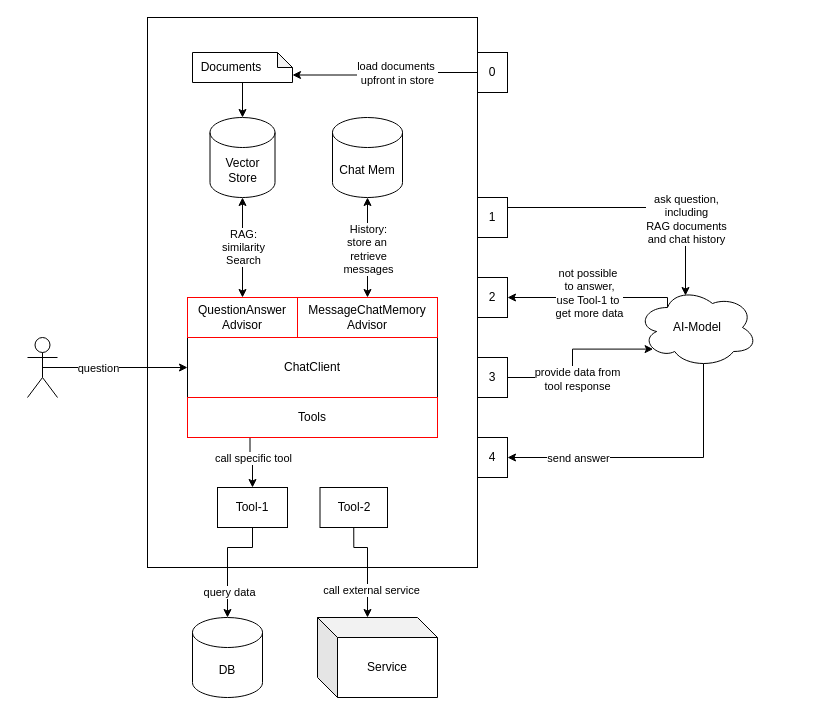
The draw.io diagram docs/Arc.drawio in coc-university/spring-ai-example, before the edit. Source tidied: cells renumbered, new cells numbered last; positions are measured from the earlier drawing's top-left corner, leaving out a move shared by most shapes. Both pictures are drawn from the tidied source at 100%, with x=0, y=0 at pixel (27, 17).
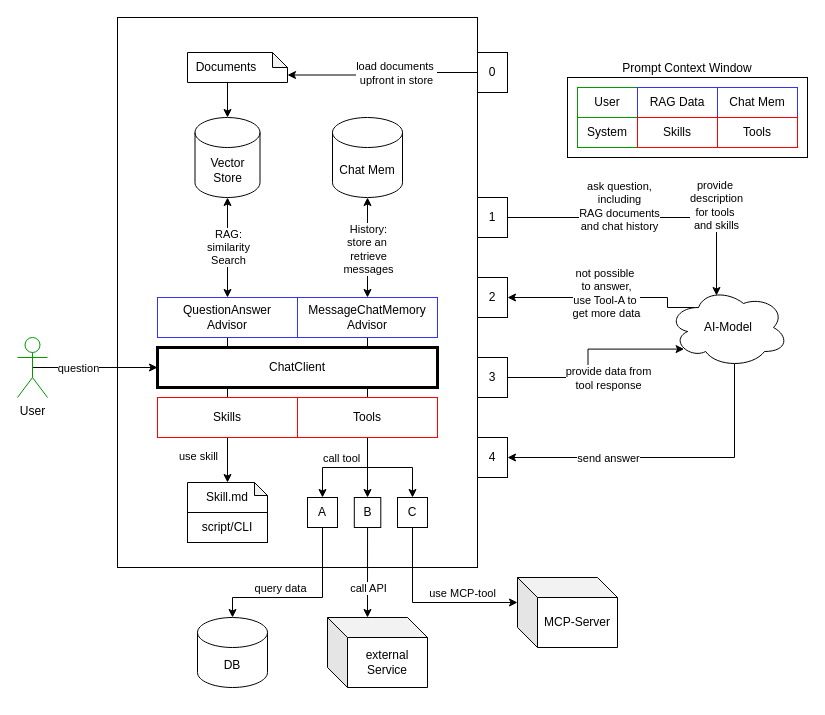
Above is the later version.

Unchanged cells that the change refers to:
```xml
<mxCell id="5" style="edgeStyle=orthogonalEdgeStyle;rounded=0;jettySize=auto;html=1;exitX=0.5;exitY=0.5;exitDx=0;exitDy=0;exitPerimeter=0;" parent="1" edge="1" source="7" target="3">
  <mxGeometry relative="1" as="geometry" />
</mxCell>
<mxCell id="8" style="edgeStyle=orthogonalEdgeStyle;rounded=0;jettySize=auto;html=1;exitX=0.25;exitY=0.25;exitDx=0;exitDy=0;exitPerimeter=0;entryX=1;entryY=0.5;entryDx=0;entryDy=0;" parent="1" edge="1" source="12" target="33">
  <mxGeometry relative="1" as="geometry">
    <Array as="points">
      <mxPoint x="640" y="280" />
    </Array>
  </mxGeometry>
</mxCell>
<mxCell id="30" style="edgeStyle=orthogonalEdgeStyle;rounded=0;jettySize=auto;html=1;exitX=1;exitY=0.5;exitDx=0;exitDy=0;entryX=0.13;entryY=0.77;entryDx=0;entryDy=0;entryPerimeter=0;" parent="1" edge="1" source="34" target="12">
  <mxGeometry relative="1" as="geometry" />
</mxCell>
<mxCell id="32" value="1" style="rounded=0;whiteSpace=wrap;html=1;" parent="1" vertex="1">
  <mxGeometry x="450" y="180" width="30" height="40" as="geometry" />
</mxCell>
<mxCell id="35" value="4" style="rounded=0;whiteSpace=wrap;html=1;" parent="1" vertex="1">
  <mxGeometry x="450" y="420" width="30" height="40" as="geometry" />
</mxCell>
```

The edit, as a diff of the source:
```diff
@@
     <mxCell id="2" style="rounded=0;whiteSpace=wrap;html=1;verticalAlign=bottom;labelPosition=center;verticalLabelPosition=top;align=center;" parent="1" vertex="1">
-      <mxGeometry x="120" width="330" height="550" as="geometry" />
+      <mxGeometry x="90" width="360" height="550" as="geometry" />
     </mxCell>
+    <mxCell id="44" style="edgeStyle=orthogonalEdgeStyle;rounded=0;jettySize=auto;html=1;exitX=0.25;exitY=0;exitDx=0;exitDy=0;entryX=0.5;entryY=1;entryDx=0;entryDy=0;endArrow=none;endFill=0;" parent="1" edge="1" source="3" target="16">
+      <mxGeometry relative="1" as="geometry" />
+    </mxCell>
+    <mxCell id="45" style="edgeStyle=orthogonalEdgeStyle;rounded=0;jettySize=auto;html=1;exitX=0.75;exitY=0;exitDx=0;exitDy=0;entryX=0.5;entryY=1;entryDx=0;entryDy=0;endArrow=none;endFill=0;" parent="1" edge="1" source="3" target="4">
+      <mxGeometry relative="1" as="geometry" />
+    </mxCell>
+    <mxCell id="46" style="edgeStyle=orthogonalEdgeStyle;rounded=0;jettySize=auto;html=1;exitX=0.25;exitY=1;exitDx=0;exitDy=0;entryX=0.5;entryY=0;entryDx=0;entryDy=0;endArrow=none;endFill=0;" parent="1" edge="1" source="3" target="51">
+      <mxGeometry relative="1" as="geometry" />
+    </mxCell>
+    <mxCell id="47" style="edgeStyle=orthogonalEdgeStyle;rounded=0;jettySize=auto;html=1;exitX=0.75;exitY=1;exitDx=0;exitDy=0;entryX=0.5;entryY=0;entryDx=0;entryDy=0;endArrow=none;endFill=0;" parent="1" edge="1" source="3" target="21">
+      <mxGeometry relative="1" as="geometry" />
+    </mxCell>
-    <mxCell id="3" value="ChatClient" style="rounded=0;whiteSpace=wrap;html=1;" parent="1" vertex="1">
-      <mxGeometry x="160" y="320" width="250" height="60" as="geometry" />
+    <mxCell id="3" value="ChatClient" style="rounded=0;whiteSpace=wrap;html=1;strokeWidth=3;" parent="1" vertex="1">
+      <mxGeometry x="130" y="330" width="280" height="40" as="geometry" />
     </mxCell>
-    <mxCell id="4" value="MessageChatMemory&lt;div&gt;Advisor&lt;/div&gt;" style="rounded=0;whiteSpace=wrap;html=1;strokeColor=#FF0000;" parent="1" vertex="1">
+    <mxCell id="4" value="MessageChatMemory&lt;div&gt;Advisor&lt;/div&gt;" style="rounded=0;whiteSpace=wrap;html=1;strokeColor=#3333FF;" parent="1" vertex="1">
       <mxGeometry x="270" y="280" width="140" height="40" as="geometry" />
     </mxCell>
@@
     <mxCell id="6" value="question" style="edgeLabel;html=1;align=center;verticalAlign=middle;" parent="5" vertex="1">
       <mxGeometry x="-0.12" y="-1" relative="1" as="geometry">
-        <mxPoint x="-9" y="-1" as="offset" />
+        <mxPoint x="-10" y="-1" as="offset" />
       </mxGeometry>
     </mxCell>
-    <mxCell id="7" style="shape=umlActor;verticalLabelPosition=bottom;verticalAlign=top;html=1;outlineConnect=0;" parent="1" vertex="1">
-      <mxGeometry y="320" width="30" height="60" as="geometry" />
+    <mxCell id="7" value="User" style="shape=umlActor;verticalLabelPosition=bottom;verticalAlign=top;html=1;outlineConnect=0;strokeColor=#009900;" parent="1" vertex="1">
+      <mxGeometry x="-10" y="320" width="30" height="60" as="geometry" />
     </mxCell>
@@
-    <mxCell id="9" value="&lt;div&gt;not possible&amp;nbsp;&lt;/div&gt;&lt;div&gt;to answer,&lt;/div&gt;use Tool-1 to&amp;nbsp;&lt;div&gt;get more data&lt;/div&gt;" style="edgeLabel;html=1;align=center;verticalAlign=middle;" parent="8" vertex="1">
+    <mxCell id="9" value="&lt;div&gt;not possible&amp;nbsp;&lt;/div&gt;&lt;div&gt;to answer,&lt;/div&gt;use Tool-A to&amp;nbsp;&lt;div&gt;get more data&lt;/div&gt;" style="edgeLabel;html=1;align=center;verticalAlign=middle;" parent="8" vertex="1">
       <mxGeometry x="-0.07" y="-3" relative="1" as="geometry">
         <mxPoint x="-10" y="-2" as="offset" />
       </mxGeometry>
     </mxCell>
     <mxCell id="10" style="edgeStyle=orthogonalEdgeStyle;rounded=0;jettySize=auto;html=1;exitX=0.55;exitY=0.95;exitDx=0;exitDy=0;exitPerimeter=0;entryX=1;entryY=0.5;entryDx=0;entryDy=0;" parent="1" edge="1" source="12" target="35">
       <mxGeometry relative="1" as="geometry">
         <Array as="points">
-          <mxPoint x="676" y="440" />
+          <mxPoint x="707" y="440" />
         </Array>
       </mxGeometry>
     </mxCell>
     <mxCell id="11" value="send answer" style="edgeLabel;html=1;align=center;verticalAlign=middle;" parent="10" vertex="1">
       <mxGeometry x="0.03" y="2" relative="1" as="geometry">
-        <mxPoint x="-71" y="-2" as="offset" />
+        <mxPoint x="-56" y="-2" as="offset" />
       </mxGeometry>
     </mxCell>
     <mxCell id="12" value="AI-Model" style="ellipse;shape=cloud;whiteSpace=wrap;html=1;" parent="1" vertex="1">
-      <mxGeometry x="610" y="270" width="120" height="80" as="geometry" />
+      <mxGeometry x="641" y="270" width="120" height="80" as="geometry" />
     </mxCell>
     <mxCell id="13" style="edgeStyle=orthogonalEdgeStyle;rounded=0;jettySize=auto;html=1;exitX=1;exitY=0.5;exitDx=0;exitDy=0;entryX=0.4;entryY=0.1;entryDx=0;entryDy=0;entryPerimeter=0;" parent="1" edge="1" source="32" target="12">
       <mxGeometry relative="1" as="geometry">
         <Array as="points">
-          <mxPoint x="658" y="190" />
+          <mxPoint x="689" y="200" />
         </Array>
       </mxGeometry>
     </mxCell>
     <mxCell id="14" value="ask&amp;nbsp;&lt;span style=&quot;background-color: light-dark(#ffffff, var(--ge-dark-color, #121212)); color: light-dark(rgb(0, 0, 0), rgb(255, 255, 255));&quot;&gt;question,&lt;/span&gt;&lt;div&gt;&lt;span style=&quot;background-color: light-dark(#ffffff, var(--ge-dark-color, #121212)); color: light-dark(rgb(0, 0, 0), rgb(255, 255, 255));&quot;&gt;including&lt;/span&gt;&lt;/div&gt;&lt;div&gt;&lt;span style=&quot;background-color: light-dark(#ffffff, var(--ge-dark-color, #121212)); color: light-dark(rgb(0, 0, 0), rgb(255, 255, 255));&quot;&gt;RAG documents&lt;/span&gt;&lt;/div&gt;&lt;div&gt;&lt;span style=&quot;background-color: light-dark(#ffffff, var(--ge-dark-color, #121212)); color: light-dark(rgb(0, 0, 0), rgb(255, 255, 255));&quot;&gt;and chat history&lt;/span&gt;&lt;/div&gt;" style="edgeLabel;html=1;align=center;verticalAlign=middle;" parent="13" vertex="1">
       <mxGeometry x="0.54" y="-3" relative="1" as="geometry">
-        <mxPoint x="3" y="-14" as="offset" />
+        <mxPoint x="-95" y="-24" as="offset" />
       </mxGeometry>
     </mxCell>
+    <mxCell id="48" value="provide&amp;nbsp;&lt;div&gt;description&lt;div&gt;for tools&amp;nbsp;&lt;/div&gt;&lt;div&gt;and skills&lt;/div&gt;&lt;/div&gt;" style="edgeLabel;html=1;align=center;verticalAlign=middle;" parent="13" vertex="1">
+      <mxGeometry x="0.5" y="-1" relative="1" as="geometry">
+        <mxPoint y="-19" as="offset" />
+      </mxGeometry>
+    </mxCell>
     <mxCell id="15" value="Vector&lt;div&gt;Store&lt;/div&gt;" style="shape=cylinder3;whiteSpace=wrap;html=1;boundedLbl=1;backgroundOutline=1;size=15;" parent="1" vertex="1">
-      <mxGeometry x="182.5" y="100" width="65" height="80" as="geometry" />
+      <mxGeometry x="167.5" y="100" width="65" height="80" as="geometry" />
     </mxCell>
-    <mxCell id="16" value="QuestionAnswer&lt;div&gt;Advisor&lt;/div&gt;" style="rounded=0;whiteSpace=wrap;html=1;strokeColor=#FF0000;" parent="1" vertex="1">
-      <mxGeometry x="160" y="280" width="110" height="40" as="geometry" />
+    <mxCell id="16" value="QuestionAnswer&lt;div&gt;Advisor&lt;/div&gt;" style="rounded=0;whiteSpace=wrap;html=1;strokeColor=#3333FF;" parent="1" vertex="1">
+      <mxGeometry x="130" y="280" width="140" height="40" as="geometry" />
     </mxCell>
@@
-    <mxCell id="19" style="edgeStyle=orthogonalEdgeStyle;rounded=0;jettySize=auto;html=1;exitX=0.25;exitY=1;exitDx=0;exitDy=0;entryX=0.5;entryY=0;entryDx=0;entryDy=0;" parent="1" edge="1" source="21" target="27">
+    <mxCell id="19" style="edgeStyle=orthogonalEdgeStyle;rounded=0;jettySize=auto;html=1;exitX=0.5;exitY=1;exitDx=0;exitDy=0;entryX=0.5;entryY=0;entryDx=0;entryDy=0;" parent="1" edge="1" source="21" target="27">
       <mxGeometry relative="1" as="geometry" />
     </mxCell>
-    <mxCell id="20" value="call specific tool" style="edgeLabel;html=1;align=center;verticalAlign=middle;" parent="19" vertex="1">
+    <mxCell id="20" value="&amp;nbsp; call tool" style="edgeLabel;html=1;align=center;verticalAlign=middle;" parent="19" vertex="1">
       <mxGeometry x="-0.43" y="1" relative="1" as="geometry">
-        <mxPoint x="2" y="5" as="offset" />
+        <mxPoint x="-30" y="-11" as="offset" />
       </mxGeometry>
     </mxCell>
+    <mxCell id="49" style="edgeStyle=orthogonalEdgeStyle;rounded=0;jettySize=auto;html=1;exitX=0.5;exitY=1;exitDx=0;exitDy=0;entryX=0.5;entryY=0;entryDx=0;entryDy=0;" parent="1" edge="1" source="21" target="39">
+      <mxGeometry relative="1" as="geometry" />
+    </mxCell>
+    <mxCell id="50" style="edgeStyle=orthogonalEdgeStyle;rounded=0;jettySize=auto;html=1;exitX=0.5;exitY=1;exitDx=0;exitDy=0;entryX=0.5;entryY=0;entryDx=0;entryDy=0;" parent="1" edge="1" source="21" target="61">
+      <mxGeometry relative="1" as="geometry" />
+    </mxCell>
     <mxCell id="21" value="Tools" style="rounded=0;whiteSpace=wrap;html=1;strokeColor=#FF0000;" parent="1" vertex="1">
-      <mxGeometry x="160" y="380" width="250" height="40" as="geometry" />
+      <mxGeometry x="270" y="380" width="140" height="40" as="geometry" />
     </mxCell>
@@
     <mxCell id="23" value="&amp;nbsp; Documents" style="shape=note;whiteSpace=wrap;html=1;backgroundOutline=1;darkOpacity=0.05;size=15;align=left;" parent="1" vertex="1">
-      <mxGeometry x="165" y="35" width="100" height="30" as="geometry" />
+      <mxGeometry x="160" y="35" width="100" height="30" as="geometry" />
     </mxCell>
@@
-    <mxCell id="25" style="edgeStyle=orthogonalEdgeStyle;rounded=0;jettySize=auto;html=1;exitX=0.5;exitY=1;exitDx=0;exitDy=0;" parent="1" edge="1" source="27" target="40">
+    <mxCell id="25" style="edgeStyle=orthogonalEdgeStyle;rounded=0;jettySize=auto;html=1;exitX=0.5;exitY=1;exitDx=0;exitDy=0;entryX=0.5;entryY=0;entryDx=0;entryDy=0;entryPerimeter=0;" parent="1" edge="1" source="27" target="40">
       <mxGeometry relative="1" as="geometry">
         <Array as="points">
-          <mxPoint x="225" y="530" />
-          <mxPoint x="200" y="530" />
+          <mxPoint x="295" y="580" />
+          <mxPoint x="205" y="580" />
         </Array>
       </mxGeometry>
     </mxCell>
     <mxCell id="26" value="query data" style="edgeLabel;html=1;align=center;verticalAlign=middle;" parent="25" vertex="1">
-      <mxGeometry x="0.54" y="1" relative="1" as="geometry" />
+      <mxGeometry x="0.54" y="1" relative="1" as="geometry">
+        <mxPoint x="26" y="-11" as="offset" />
+      </mxGeometry>
     </mxCell>
-    <mxCell id="27" value="Tool-1" style="rounded=0;whiteSpace=wrap;html=1;" parent="1" vertex="1">
-      <mxGeometry x="190" y="470" width="70" height="40" as="geometry" />
+    <mxCell id="27" value="&lt;span style=&quot;background-color: transparent; color: light-dark(rgb(0, 0, 0), rgb(255, 255, 255));&quot;&gt;A&lt;/span&gt;" style="rounded=0;whiteSpace=wrap;html=1;" parent="1" vertex="1">
+      <mxGeometry x="280" y="480" width="30" height="30" as="geometry" />
     </mxCell>
@@
     <mxCell id="31" value="provide data from&lt;div&gt;tool&amp;nbsp;&lt;span style=&quot;background-color: light-dark(#ffffff, var(--ge-dark-color, #121212)); color: light-dark(rgb(0, 0, 0), rgb(255, 255, 255));&quot;&gt;response&lt;/span&gt;&lt;/div&gt;" style="edgeLabel;html=1;align=center;verticalAlign=middle;" parent="30" vertex="1">
       <mxGeometry x="-0.19" y="-4" relative="1" as="geometry">
-        <mxPoint y="6" as="offset" />
+        <mxPoint x="16" y="3" as="offset" />
       </mxGeometry>
     </mxCell>
@@
-    <mxCell id="39" value="Tool-2" style="rounded=0;whiteSpace=wrap;html=1;" parent="1" vertex="1">
-      <mxGeometry x="292.5" y="470" width="67.5" height="40" as="geometry" />
+    <mxCell id="39" value="B" style="rounded=0;whiteSpace=wrap;html=1;" parent="1" vertex="1">
+      <mxGeometry x="326.8" y="480" width="26.5" height="30" as="geometry" />
     </mxCell>
     <mxCell id="40" value="DB" style="shape=cylinder3;whiteSpace=wrap;html=1;boundedLbl=1;backgroundOutline=1;size=15;" parent="1" vertex="1">
-      <mxGeometry x="165" y="600" width="70" height="80" as="geometry" />
+      <mxGeometry x="170" y="600" width="70" height="70" as="geometry" />
     </mxCell>
-    <mxCell id="41" value="Service" style="shape=cube;whiteSpace=wrap;html=1;boundedLbl=1;backgroundOutline=1;darkOpacity=0.05;darkOpacity2=0.1;" parent="1" vertex="1">
-      <mxGeometry x="290" y="600" width="120" height="80" as="geometry" />
+    <mxCell id="41" value="&lt;div&gt;external&lt;/div&gt;Service" style="shape=cube;whiteSpace=wrap;html=1;boundedLbl=1;backgroundOutline=1;darkOpacity=0.05;darkOpacity2=0.1;" parent="1" vertex="1">
+      <mxGeometry x="300" y="600" width="100" height="70" as="geometry" />
     </mxCell>
-    <mxCell id="42" style="edgeStyle=orthogonalEdgeStyle;rounded=0;jettySize=auto;html=1;exitX=0.5;exitY=1;exitDx=0;exitDy=0;entryX=0;entryY=0;entryDx=50;entryDy=0;entryPerimeter=0;" parent="1" edge="1" source="39" target="41">
+    <mxCell id="42" style="edgeStyle=orthogonalEdgeStyle;rounded=0;jettySize=auto;html=1;exitX=0.5;exitY=1;exitDx=0;exitDy=0;entryX=0;entryY=0;entryDx=40;entryDy=0;entryPerimeter=0;" parent="1" edge="1" source="39" target="41">
       <mxGeometry relative="1" as="geometry">
         <Array as="points">
-          <mxPoint x="326" y="530" />
-          <mxPoint x="340" y="530" />
+          <mxPoint x="340" y="510" />
+          <mxPoint x="340" y="600" />
         </Array>
       </mxGeometry>
     </mxCell>
-    <mxCell id="43" value="call external service" style="edgeLabel;html=1;align=center;verticalAlign=middle;" parent="42" vertex="1">
-      <mxGeometry x="0.46" y="3" relative="1" as="geometry" />
+    <mxCell id="43" value="call API" style="edgeLabel;html=1;align=center;verticalAlign=middle;" parent="42" vertex="1">
+      <mxGeometry x="0.46" y="3" relative="1" as="geometry">
+        <mxPoint x="-3" y="-6" as="offset" />
+      </mxGeometry>
     </mxCell>
+    <mxCell id="51" value="Skills" style="rounded=0;whiteSpace=wrap;html=1;strokeColor=#FF0000;" parent="1" vertex="1">
+      <mxGeometry x="130" y="380" width="140" height="40" as="geometry" />
+    </mxCell>
+    <mxCell id="52" value="Skill.md" style="shape=note;whiteSpace=wrap;html=1;backgroundOutline=1;darkOpacity=0.05;size=13;" parent="1" vertex="1">
+      <mxGeometry x="160" y="465" width="80" height="30" as="geometry" />
+    </mxCell>
+    <mxCell id="53" value="script/CLI" style="rounded=0;whiteSpace=wrap;html=1;" parent="1" vertex="1">
+      <mxGeometry x="160" y="495" width="80" height="30" as="geometry" />
+    </mxCell>
+    <mxCell id="54" value="Prompt Context Window" style="rounded=0;whiteSpace=wrap;html=1;verticalAlign=bottom;labelPosition=center;verticalLabelPosition=top;align=center;" parent="1" vertex="1">
+      <mxGeometry x="540" y="60" width="240" height="80" as="geometry" />
+    </mxCell>
+    <mxCell id="55" value="User" style="rounded=0;whiteSpace=wrap;html=1;strokeColor=#009900;" parent="1" vertex="1">
+      <mxGeometry x="550" y="70" width="60" height="30" as="geometry" />
+    </mxCell>
+    <mxCell id="56" value="System" style="rounded=0;whiteSpace=wrap;html=1;strokeColor=#009900;" parent="1" vertex="1">
+      <mxGeometry x="550" y="100" width="60" height="30" as="geometry" />
+    </mxCell>
+    <mxCell id="57" value="Chat Mem" style="rounded=0;whiteSpace=wrap;html=1;strokeColor=#3333FF;" parent="1" vertex="1">
+      <mxGeometry x="690" y="70" width="80" height="30" as="geometry" />
+    </mxCell>
+    <mxCell id="58" value="RAG Data" style="rounded=0;whiteSpace=wrap;html=1;strokeColor=#3333FF;" parent="1" vertex="1">
+      <mxGeometry x="610" y="70" width="80" height="30" as="geometry" />
+    </mxCell>
+    <mxCell id="59" value="Tools" style="rounded=0;whiteSpace=wrap;html=1;strokeColor=#FF0000;" parent="1" vertex="1">
+      <mxGeometry x="690" y="100" width="80" height="30" as="geometry" />
+    </mxCell>
+    <mxCell id="60" value="Skills" style="rounded=0;whiteSpace=wrap;html=1;strokeColor=#FF0000;" parent="1" vertex="1">
+      <mxGeometry x="610" y="100" width="80" height="30" as="geometry" />
+    </mxCell>
+    <mxCell id="61" value="C" style="rounded=0;whiteSpace=wrap;html=1;" parent="1" vertex="1">
+      <mxGeometry x="370" y="480" width="30" height="30" as="geometry" />
+    </mxCell>
+    <mxCell id="62" value="MCP-Server" style="shape=cube;whiteSpace=wrap;html=1;boundedLbl=1;backgroundOutline=1;darkOpacity=0.05;darkOpacity2=0.1;" parent="1" vertex="1">
+      <mxGeometry x="490" y="560" width="100" height="70" as="geometry" />
+    </mxCell>
+    <mxCell id="63" style="edgeStyle=orthogonalEdgeStyle;rounded=0;jettySize=auto;html=1;exitX=0.5;exitY=1;exitDx=0;exitDy=0;entryX=0;entryY=0;entryDx=0;entryDy=25;entryPerimeter=0;" parent="1" edge="1" source="61" target="62">
+      <mxGeometry relative="1" as="geometry">
+        <Array as="points">
+          <mxPoint x="385" y="585" />
+        </Array>
+      </mxGeometry>
+    </mxCell>
+    <mxCell id="64" value="use&amp;nbsp;&lt;span style=&quot;background-color: light-dark(#ffffff, var(--ge-dark-color, #121212)); color: light-dark(rgb(0, 0, 0), rgb(255, 255, 255));&quot;&gt;MCP-tool&lt;/span&gt;" style="edgeLabel;html=1;align=center;verticalAlign=middle;" parent="63" vertex="1">
+      <mxGeometry x="-0.12" y="2" relative="1" as="geometry">
+        <mxPoint x="45" y="-8" as="offset" />
+      </mxGeometry>
+    </mxCell>
+    <mxCell id="65" style="edgeStyle=orthogonalEdgeStyle;rounded=0;jettySize=auto;html=1;exitX=0.5;exitY=1;exitDx=0;exitDy=0;entryX=0.5;entryY=0;entryDx=0;entryDy=0;entryPerimeter=0;" parent="1" edge="1" source="51" target="52">
+      <mxGeometry relative="1" as="geometry" />
+    </mxCell>
+    <mxCell id="66" value="use skill" style="edgeLabel;html=1;align=center;verticalAlign=middle;" parent="65" vertex="1">
+      <mxGeometry x="-0.2" y="-1" relative="1" as="geometry">
+        <mxPoint x="-29" as="offset" />
+      </mxGeometry>
+    </mxCell>
```
